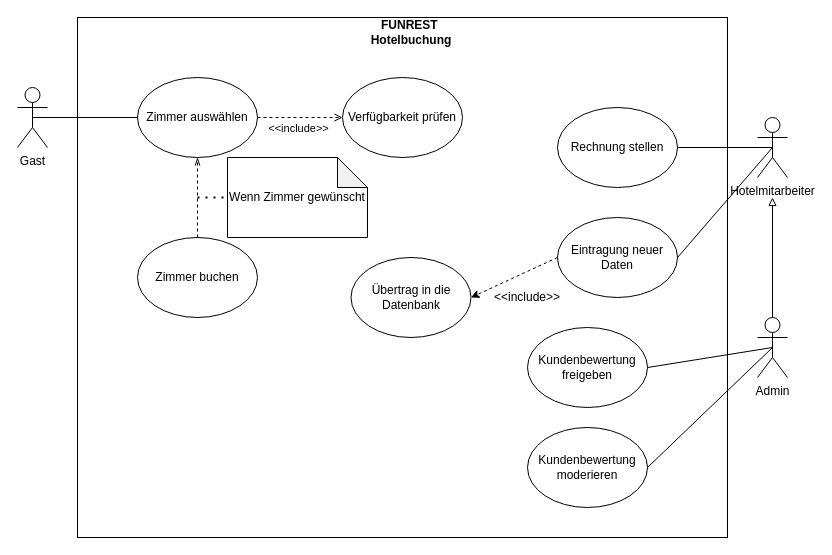
Before: StayFlex-Use_Case.drawio in Hasbula-tech/Projekt-StayFlex, a draw.io diagram. Source tidied: cells renumbered, new cells numbered last; positions are measured from the earlier drawing's top-left corner, leaving out a move shared by most shapes. Both pictures are drawn from the tidied source at 100%, with x=0, y=0 at pixel (17, 17).
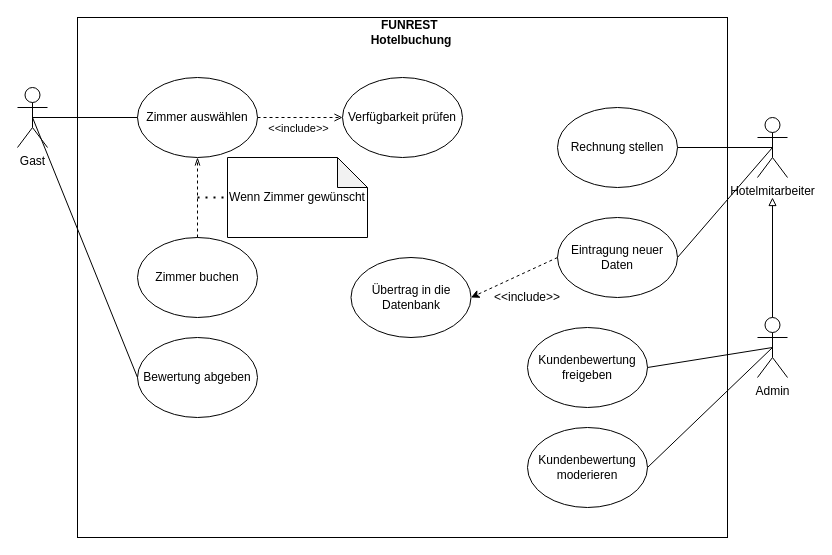
Above is the later version.

Commit message:
Bewertung abgeben hinzugefügt

The change refers to these unchanged cells:
```xml
<mxCell id="4" value="Gast" style="shape=umlActor;verticalLabelPosition=bottom;verticalAlign=top;html=1;outlineConnect=0;" parent="1" vertex="1">
  <mxGeometry y="70" width="30" height="60" as="geometry" />
</mxCell>
```

Diff of the diagram source:
```diff
@@
+    <mxCell id="28" value="Bewertung abgeben" style="ellipse;whiteSpace=wrap;html=1;" parent="1" vertex="1">
+      <mxGeometry x="120" y="320" width="120" height="80" as="geometry" />
+    </mxCell>
+    <mxCell id="29" style="endArrow=none;html=1;rounded=0;entryX=0.5;entryY=0.5;entryDx=0;entryDy=0;entryPerimeter=0;exitX=0;exitY=0.5;exitDx=0;exitDy=0;" parent="1" edge="1" source="28" target="4">
+      <mxGeometry relative="1" as="geometry" />
+    </mxCell>
```
